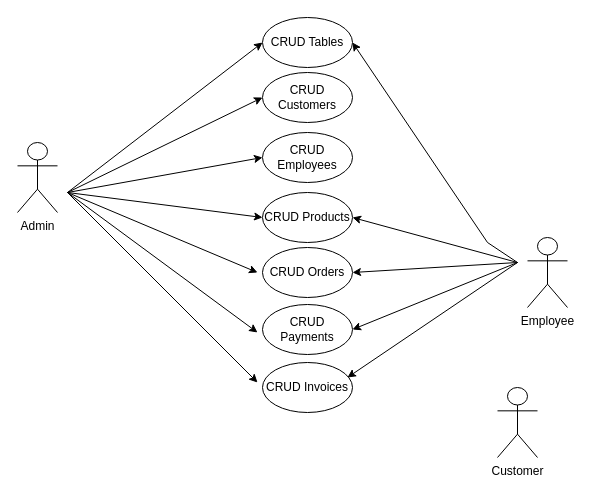
This is page "CU" (3 of 3) of Documents/Diagrama.drawio from KevinAlvarezD/RestAdminV2, a draw.io file, before an edit. Source tidied: cells renumbered, new cells numbered last; positions are measured from the earlier drawing's top-left corner, leaving out a move shared by most shapes. Both pictures are drawn from the tidied source at 100%, with x=0, y=0 at pixel (17, 17).
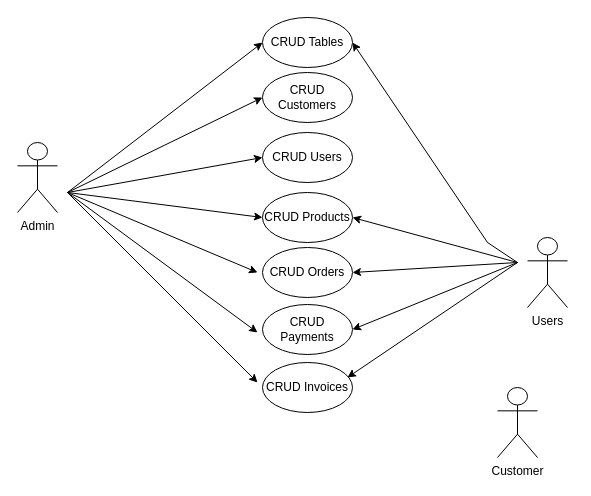
After the change.

What changed in the source:
```diff
@@
-    <mxCell id="2" value="Employee" style="shape=umlActor;verticalLabelPosition=bottom;verticalAlign=top;html=1;" parent="1" vertex="1">
+    <mxCell id="2" value="Users" style="shape=umlActor;verticalLabelPosition=bottom;verticalAlign=top;html=1;" parent="1" vertex="1">
       <mxGeometry x="510" y="220" width="40" height="70" as="geometry" />
     </mxCell>
@@
-    <mxCell id="8" value="CRUD Employees" style="ellipse;whiteSpace=wrap;html=1;" parent="1" vertex="1">
+    <mxCell id="8" value="CRUD Users" style="ellipse;whiteSpace=wrap;html=1;" parent="1" vertex="1">
       <mxGeometry x="245" y="115" width="90" height="50" as="geometry" />
     </mxCell>
```
